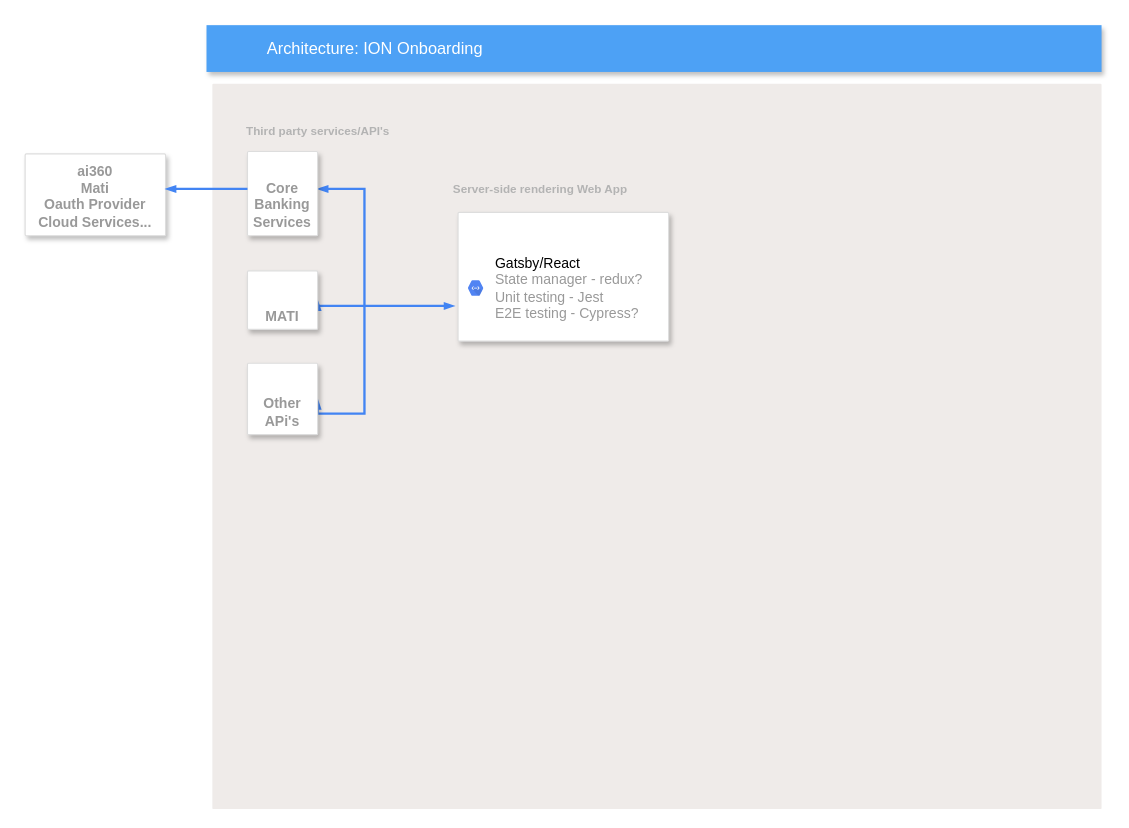
The draw.io diagram src/ION Onboarding Architecture.drawio in axnotliztac10/baraton-store, before the edit. Source tidied: cells renumbered, new cells numbered last; positions are measured from the earlier drawing's top-left corner, leaving out a move shared by most shapes. Both pictures are drawn from the tidied source at 117%, with x=0, y=0 at pixel (25, 25).
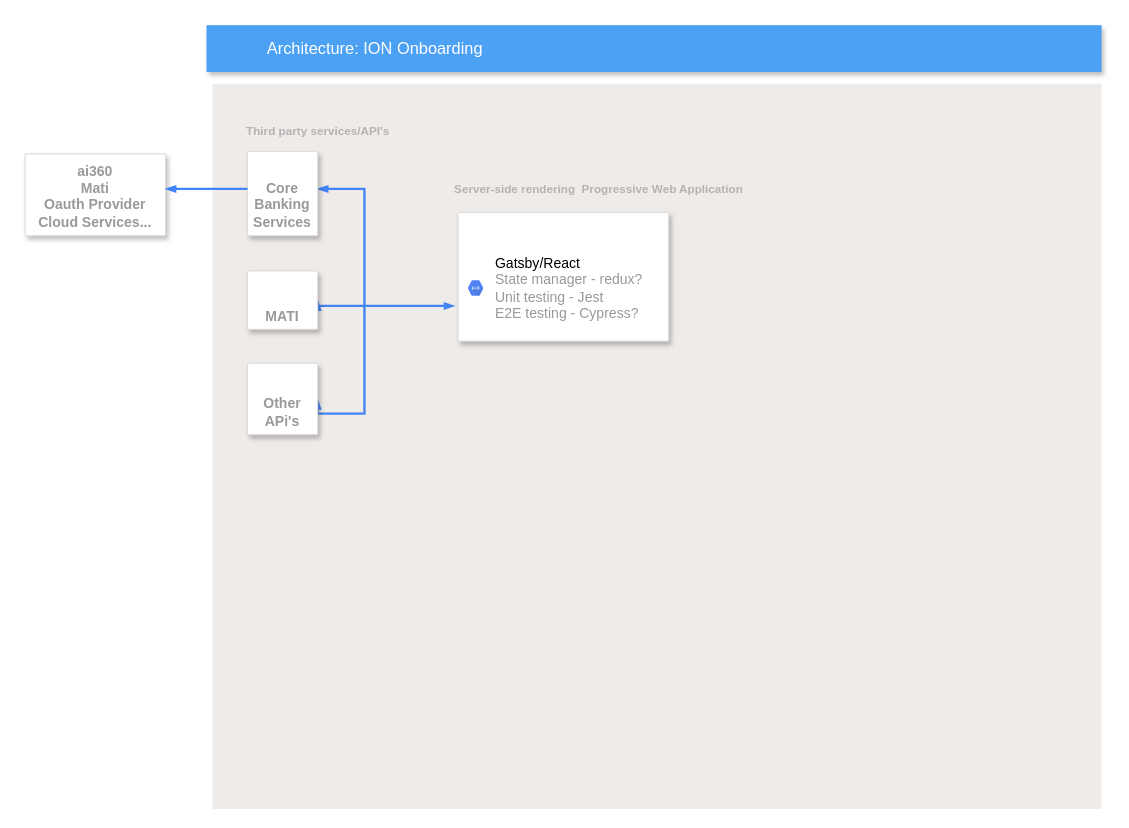
The same page after the edit.

The edit, as a diff of the source:
```diff
@@
-    <mxCell id="12" value="&lt;font color=&quot;#b3b3b3&quot;&gt;&lt;b&gt;Server-side rendering Web App&lt;/b&gt;&lt;/font&gt;" style="text;html=1;align=center;verticalAlign=middle;strokeWidth=4;fontSize=10;" parent="1" vertex="1">
-      <mxGeometry x="360" y="130" width="160" height="20" as="geometry" />
+    <mxCell id="12" value="&lt;font color=&quot;#b3b3b3&quot;&gt;&lt;b&gt;Server-side rendering&amp;nbsp; Progressive Web Application&lt;/b&gt;&lt;/font&gt;" style="text;html=1;align=center;verticalAlign=middle;strokeWidth=4;fontSize=10;" parent="1" vertex="1">
+      <mxGeometry x="360" y="130" width="260" height="20" as="geometry" />
     </mxCell>
```
